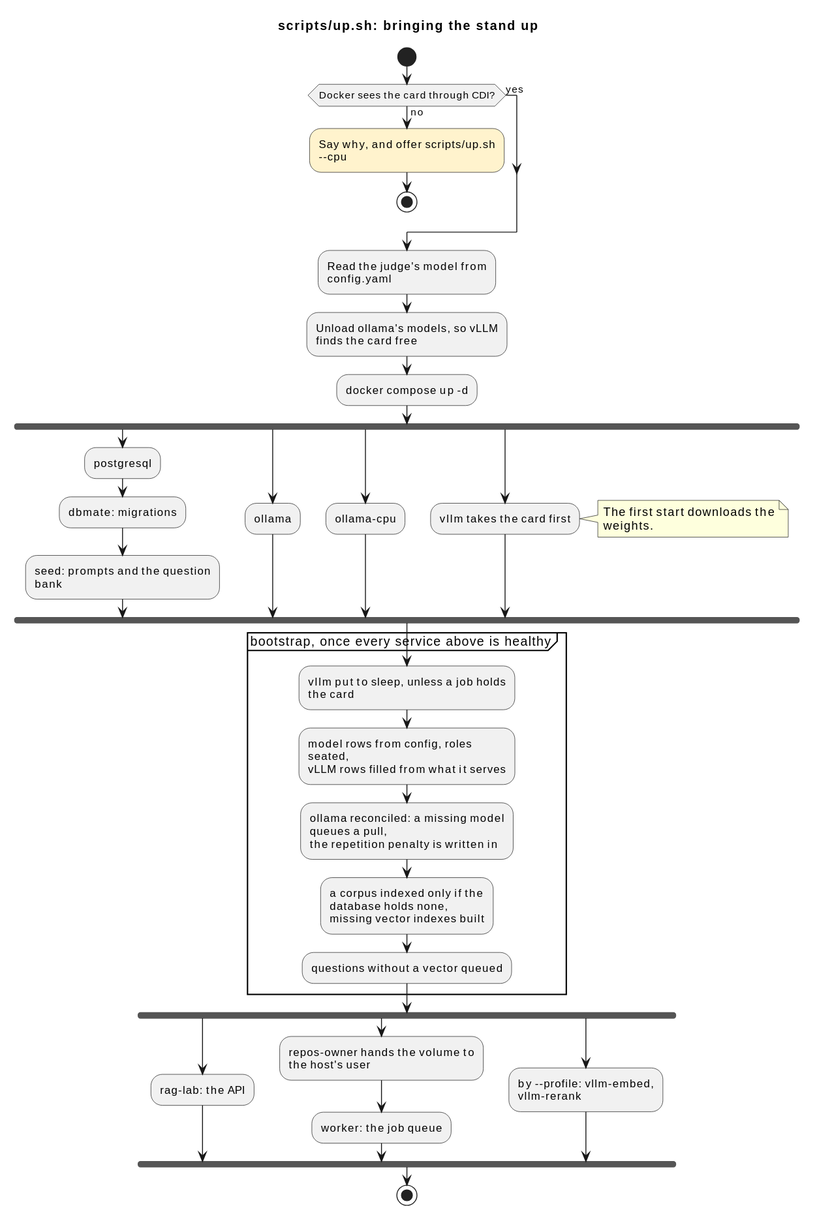
rikitikitav1/rag-lab keeps this PlantUML diagram as docs/diagrams/stand_up.svg. Above is the earlier version. Source of this version:
```plantuml
@startuml
title scripts/up.sh: bringing the stand up

skinparam wrapWidth 220

start
if (Docker sees the card through CDI?) then (no)
  :Say why, and offer scripts/up.sh --cpu; <<#fff3cd>>
  stop
else (yes)
endif

:Read the judge's model from config.yaml;
:Unload ollama's models, so vLLM finds the card free;
:docker compose up -d;

fork
  :postgresql;
  :dbmate: migrations;
  :seed: prompts and the question bank;
fork again
  :ollama;
fork again
  :ollama-cpu;
fork again
  :vllm takes the card first;
  note right
    The first start downloads the weights.
  end note
end fork

partition "bootstrap, once every service above is healthy" {
  :vllm put to sleep, unless a job holds the card;
  :model rows from config, roles seated,
  vLLM rows filled from what it serves;
  :ollama reconciled: a missing model queues a pull,
  the repetition penalty is written in;
  :a corpus indexed only if the database holds none,
  missing vector indexes built;
  :questions without a vector queued;
}

fork
  :rag-lab: the API;
fork again
  :repos-owner hands the volume to the host's user;
  :worker: the job queue;
fork again
  :by --profile: vllm-embed, vllm-rerank;
end fork
stop
@enduml
```
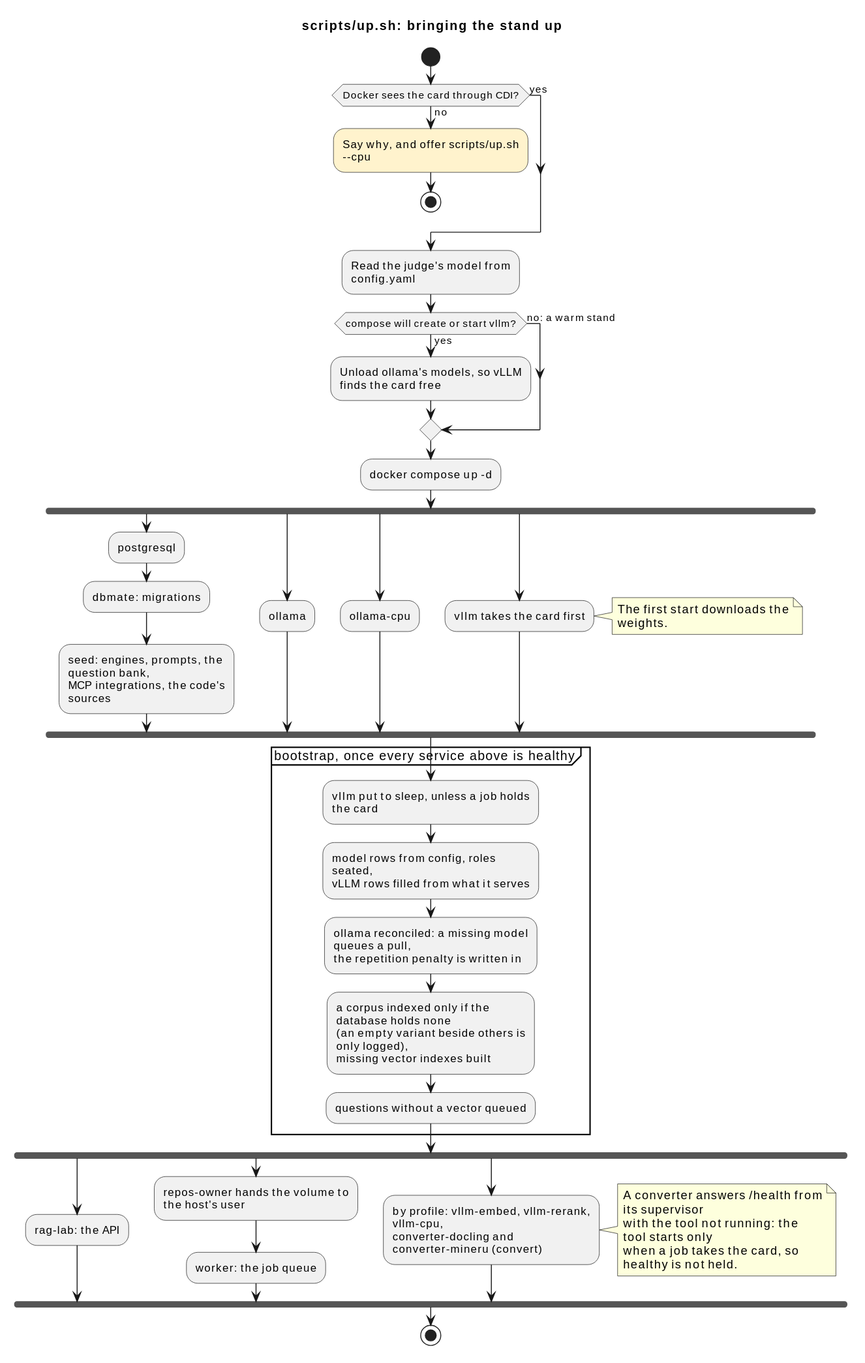
Above is the later version.

What changed in the source:
```diff
@@ -11,13 +11,17 @@
 endif
 
 :Read the judge's model from config.yaml;
-:Unload ollama's models, so vLLM finds the card free;
+if (compose will create or start vllm?) then (yes)
+  :Unload ollama's models, so vLLM finds the card free;
+else (no: a warm stand)
+endif
 :docker compose up -d;
 
 fork
   :postgresql;
   :dbmate: migrations;
-  :seed: prompts and the question bank;
+  :seed: engines, prompts, the question bank,
+MCP integrations, the code's sources;
 fork again
   :ollama;
 fork again
@@ -35,7 +39,8 @@
   vLLM rows filled from what it serves;
   :ollama reconciled: a missing model queues a pull,
   the repetition penalty is written in;
-  :a corpus indexed only if the database holds none,
+  :a corpus indexed only if the database holds none
+  (an empty variant beside others is only logged),
   missing vector indexes built;
   :questions without a vector queued;
 }
@@ -46,7 +51,13 @@
   :repos-owner hands the volume to the host's user;
   :worker: the job queue;
 fork again
-  :by --profile: vllm-embed, vllm-rerank;
+  :by profile: vllm-embed, vllm-rerank, vllm-cpu,
+converter-docling and converter-mineru (convert);
+note right
+  A converter answers /health from its supervisor
+  with the tool not running: the tool starts only
+  when a job takes the card, so healthy is not held.
+end note
 end fork
 stop
 @enduml
```
